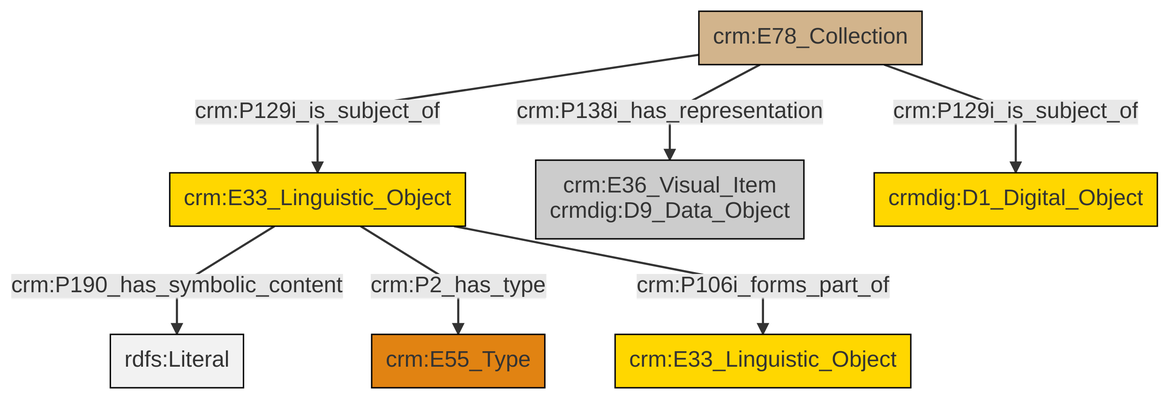
Before: et/archivalCSV/ttl/mmd/png/archival_docs.png, a diagram exported from Mermaid (swiss-art-research-net/docs.swissartresearch). Its source is kept beside it as et/archivalCSV/ttl/mmd/archival_docs.ttl.mmd.
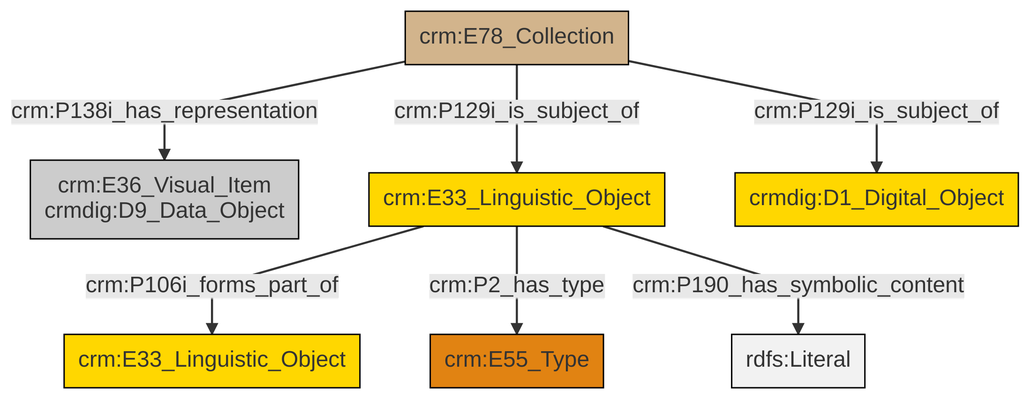
After the commit.

Diff of the diagram source:
```diff
@@ -13,9 +13,9 @@
 classDef PC_Classes fill:#4ce600, stroke:#000000;
 classDef Multi fill:#cccccc,stroke:#000000;
 
-0["crm:E78_Collection"]:::Physical_Thing -->|crm:P129i_is_subject_of| 4["crm:E33_Linguistic_Object"]:::Conceptual_Object
-0["crm:E78_Collection"]:::Physical_Thing -->|crm:P138i_has_representation| 5["crm:E36_Visual_Item<br>crmdig:D9_Data_Object"]:::Multi
-4["crm:E33_Linguistic_Object"]:::Conceptual_Object -->|crm:P190_has_symbolic_content| 6[rdfs:Literal]:::Literal
-0["crm:E78_Collection"]:::Physical_Thing -->|crm:P129i_is_subject_of| 7["crmdig:D1_Digital_Object"]:::Conceptual_Object
-4["crm:E33_Linguistic_Object"]:::Conceptual_Object -->|crm:P2_has_type| 9["crm:E55_Type"]:::Type
-4["crm:E33_Linguistic_Object"]:::Conceptual_Object -->|crm:P106i_forms_part_of| 2["crm:E33_Linguistic_Object"]:::Conceptual_Object
+4["crm:E78_Collection"]:::Physical_Thing -->|crm:P129i_is_subject_of| 5["crm:E33_Linguistic_Object"]:::Conceptual_Object
+4["crm:E78_Collection"]:::Physical_Thing -->|crm:P138i_has_representation| 0["crm:E36_Visual_Item<br>crmdig:D9_Data_Object"]:::Multi
+4["crm:E78_Collection"]:::Physical_Thing -->|crm:P129i_is_subject_of| 6["crmdig:D1_Digital_Object"]:::Conceptual_Object
+5["crm:E33_Linguistic_Object"]:::Conceptual_Object -->|crm:P106i_forms_part_of| 7["crm:E33_Linguistic_Object"]:::Conceptual_Object
+5["crm:E33_Linguistic_Object"]:::Conceptual_Object -->|crm:P2_has_type| 2["crm:E55_Type"]:::Type
+5["crm:E33_Linguistic_Object"]:::Conceptual_Object -->|crm:P190_has_symbolic_content| 13[rdfs:Literal]:::Literal
```
